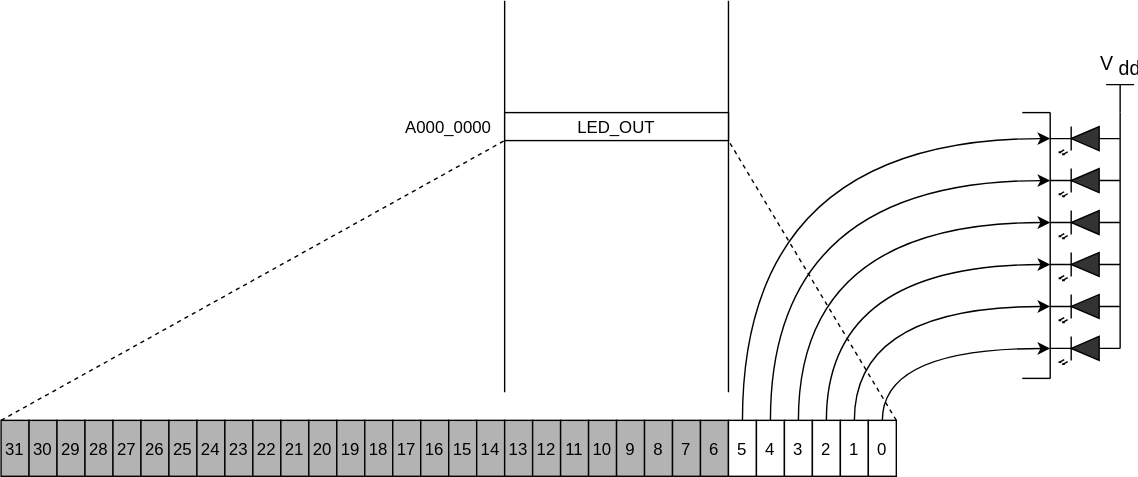
ciniml/seccamp_riscv_cpu keeps this draw.io diagram as slide/figure/gpio_mapping_led.drawio.svg. Above is the earlier version. Source tidied: cells renumbered, new cells last; positions are measured from the earlier drawing's top-left corner, leaving out a move shared by most shapes.
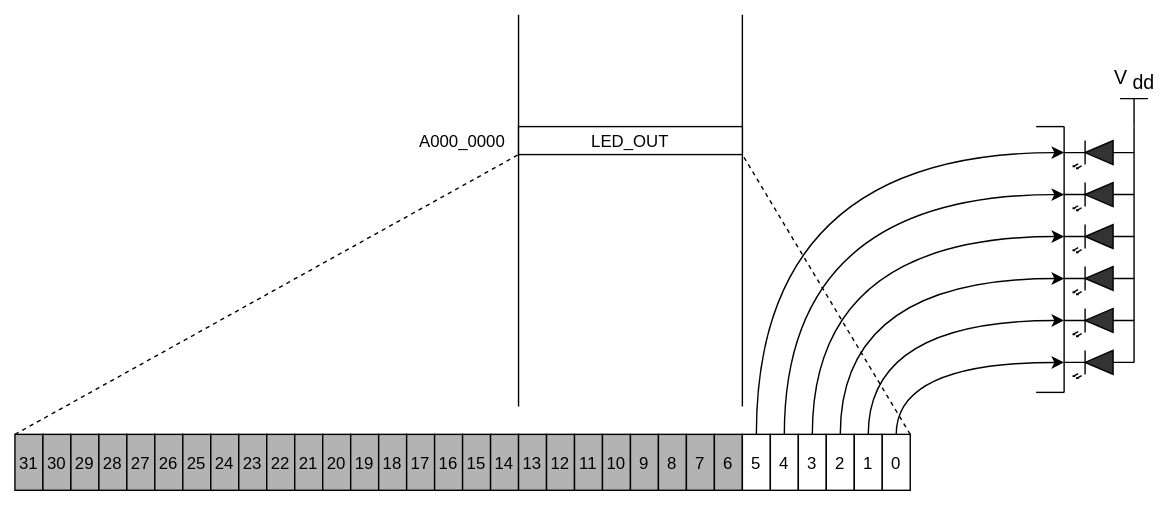
After the commit.

Commit message:
Fix LED figure border

The edit, as a diff of the source:
```diff
@@ -2,6 +2,9 @@
   <root>
     <mxCell id="0" />
     <mxCell id="1" parent="0" />
+    <mxCell id="58" style="rounded=0;whiteSpace=wrap;html=1;strokeColor=none;fillColor=none;" parent="1" vertex="1">
+      <mxGeometry x="-10" y="-10" width="830" height="360" as="geometry" />
+    </mxCell>
     <mxCell id="2" style="endArrow=none;html=1;" parent="1" edge="1">
       <mxGeometry relative="1" as="geometry">
         <mxPoint x="360" y="280" as="sourcePoint" />
```
